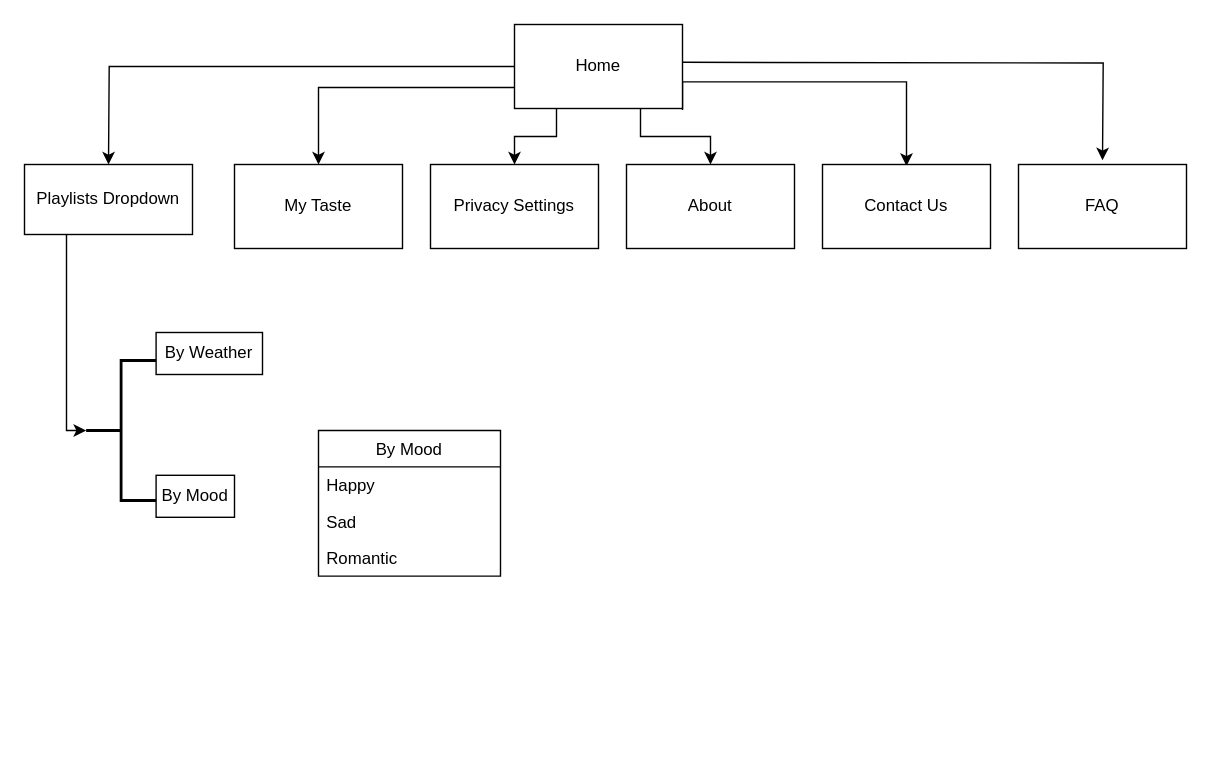
Above: Untitled Diagram.drawio in RubyMamba/workflow-practice (draw.io), before the change. Source tidied: cells renumbered, new cells numbered last; positions are measured from the earlier drawing's top-left corner, leaving out a move shared by most shapes. Both pictures are drawn from the tidied source at 140%, with x=0, y=0 at pixel (24, 24).
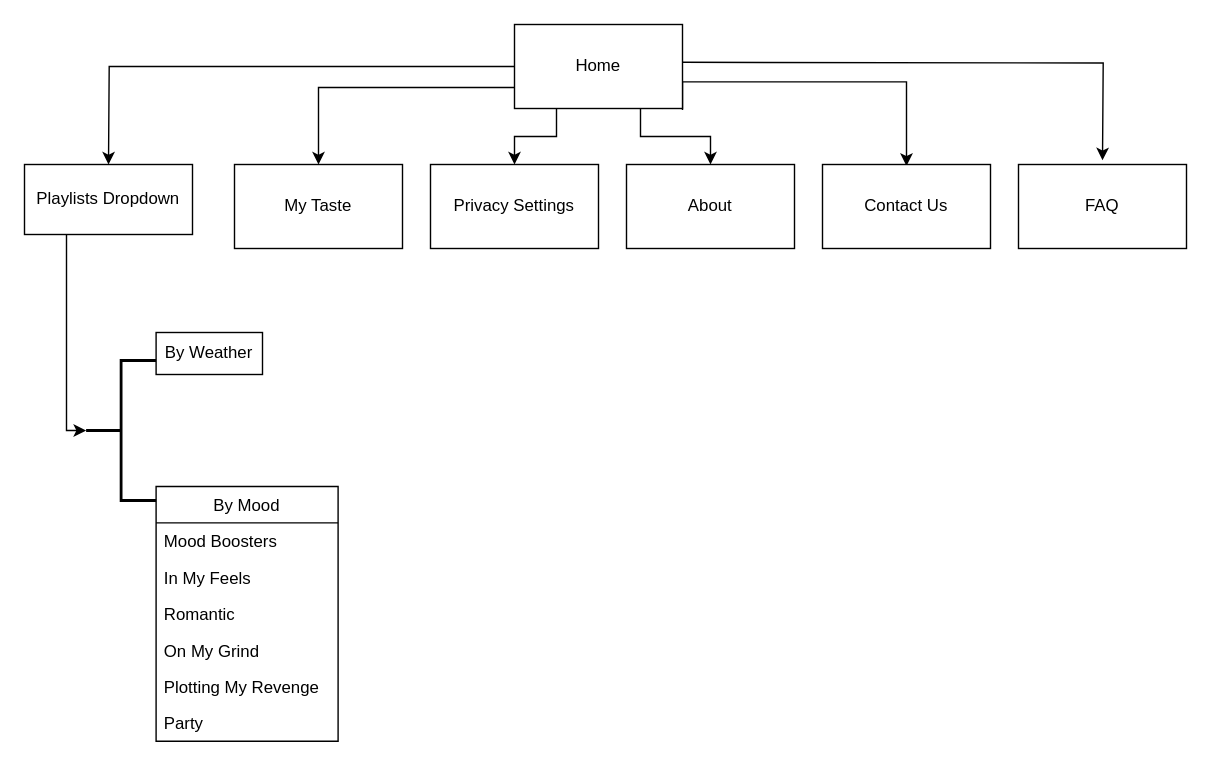
The same page after the edit.

Change to the diagram source:
```diff
@@
-    <mxCell id="18" value="By Mood" style="rounded=0;whiteSpace=wrap;html=1;" parent="1" vertex="1">
-      <mxGeometry x="94" y="322" width="56" height="30" as="geometry" />
-    </mxCell>
@@
     <mxCell id="20" value="By Mood" style="swimlane;fontStyle=0;horizontal=1;startSize=26;fillColor=none;" parent="1" vertex="1">
-      <mxGeometry x="210" y="290" width="130" height="104" as="geometry" />
+      <mxGeometry x="94" y="330" width="130" height="182" as="geometry" />
     </mxCell>
-    <mxCell id="21" value="Happy" style="text;strokeColor=none;fillColor=none;align=left;verticalAlign=top;spacingLeft=4;spacingRight=4;overflow=hidden;" parent="20" vertex="1">
+    <mxCell id="21" value="Mood Boosters" style="text;strokeColor=none;fillColor=none;align=left;verticalAlign=top;spacingLeft=4;spacingRight=4;overflow=hidden;" parent="20" vertex="1">
       <mxGeometry y="26" width="130" height="26" as="geometry" />
     </mxCell>
-    <mxCell id="22" value="Sad" style="text;strokeColor=none;fillColor=none;align=left;verticalAlign=top;spacingLeft=4;spacingRight=4;overflow=hidden;" parent="20" vertex="1">
+    <mxCell id="22" value="In My Feels" style="text;strokeColor=none;fillColor=none;align=left;verticalAlign=top;spacingLeft=4;spacingRight=4;overflow=hidden;" parent="20" vertex="1">
       <mxGeometry y="52" width="130" height="26" as="geometry" />
     </mxCell>
@@
+    <mxCell id="24" value="On My Grind" style="text;strokeColor=none;fillColor=none;align=left;verticalAlign=top;spacingLeft=4;spacingRight=4;overflow=hidden;" parent="20" vertex="1">
+      <mxGeometry y="104" width="130" height="26" as="geometry" />
+    </mxCell>
+    <mxCell id="25" value="Plotting My Revenge" style="text;strokeColor=none;fillColor=none;align=left;verticalAlign=top;spacingLeft=4;spacingRight=4;overflow=hidden;" parent="20" vertex="1">
+      <mxGeometry y="130" width="130" height="26" as="geometry" />
+    </mxCell>
+    <mxCell id="26" value="Party" style="text;strokeColor=none;fillColor=none;align=left;verticalAlign=top;spacingLeft=4;spacingRight=4;overflow=hidden;" parent="20" vertex="1">
+      <mxGeometry y="156" width="130" height="26" as="geometry" />
+    </mxCell>
```
